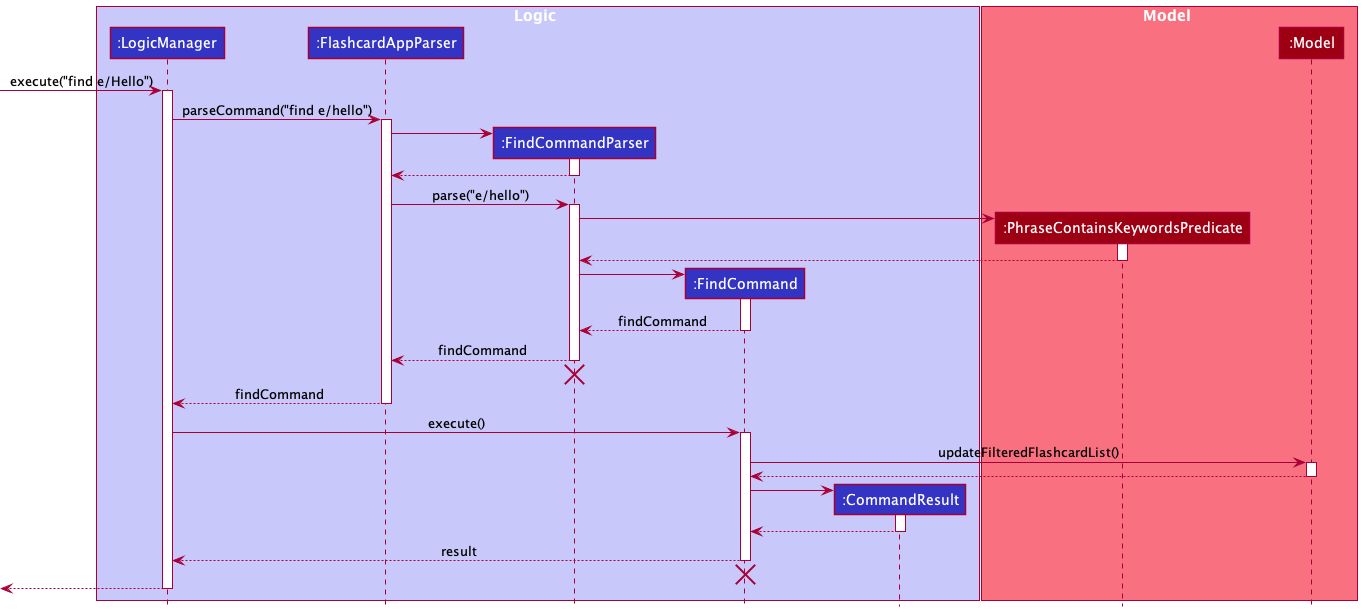
This is docs/images/FindSequenceDiagram.png from sharmainec/tp, a PlantUML export, as it was before one commit.
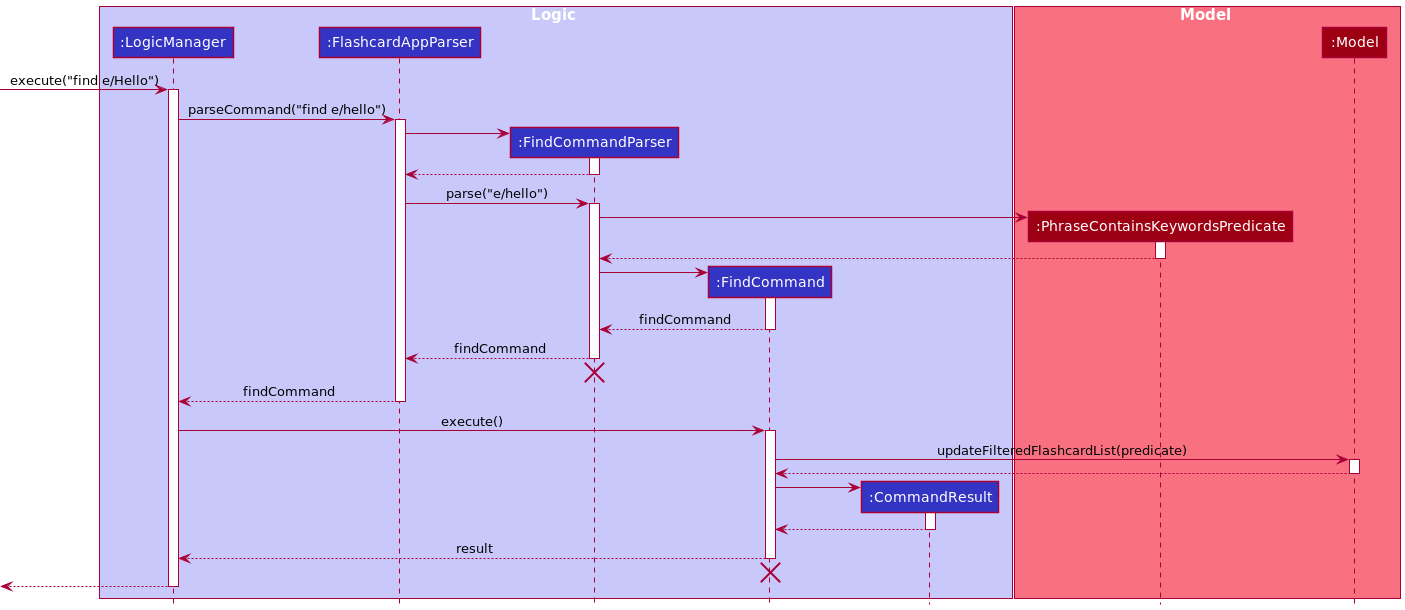
Above is the later version.

Commit message:
Edit UML diagrams

Diff of the diagram source:
```diff
@@ -55,7 +55,7 @@
 LogicManager -> FindCommand : execute()
 activate FindCommand
 
-FindCommand -> Model : updateFilteredFlashcardList()
+FindCommand -> Model : updateFilteredFlashcardList(predicate)
 activate Model
 
 Model --> FindCommand
```
